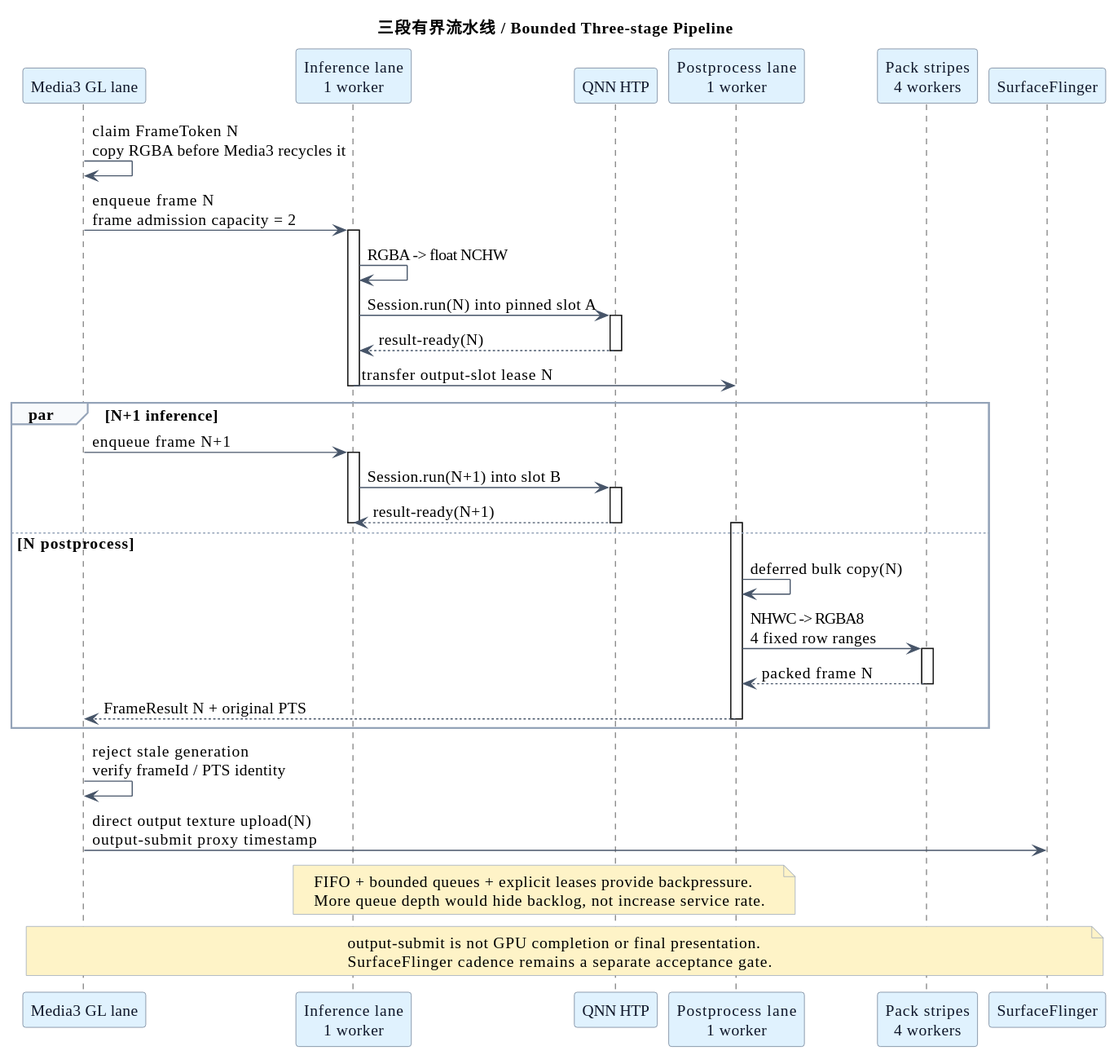
This is docs/diagrams/edge-pipeline-overlap.svg from znbsf/quicksr-mobile-player-lab, a PlantUML export, as it was before one commit.
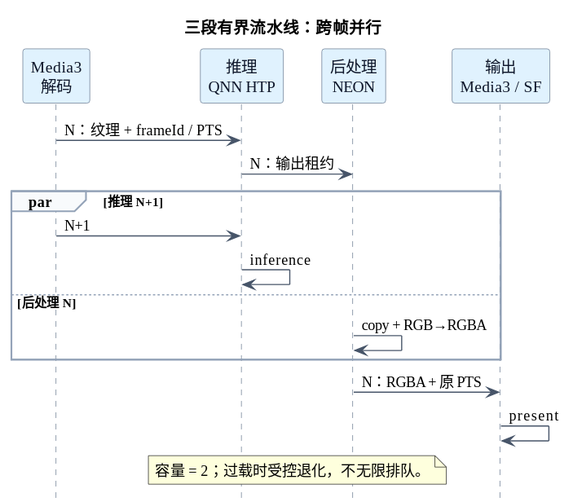
After the commit.

Diff of the diagram source:
```diff
@@ -1,68 +1,40 @@
 @startuml
-title 三段有界流水线 / Bounded Three-stage Pipeline
+title 三段有界流水线：跨帧并行
 
-skinparam backgroundColor #FFFFFF
+skinparam defaultFontName Noto Sans SC
+skinparam backgroundColor white
 skinparam shadowing false
-skinparam defaultFontName Noto Sans SC
-skinparam defaultFontSize 14
-skinparam ArrowColor #475569
-skinparam LifeLineBorderColor #64748B
-skinparam LifeLineBackgroundColor #F8FAFC
-skinparam ParticipantBorderColor #64748B
-skinparam ParticipantBackgroundColor #E0F2FE
-skinparam ParticipantFontColor #0F172A
-skinparam NoteBorderColor #94A3B8
-skinparam NoteBackgroundColor #FEF3C7
-skinparam SequenceGroupBorderColor #94A3B8
-skinparam SequenceGroupBackgroundColor #F8FAFC
+hide footbox
+skinparam sequence {
+  ArrowColor #475569
+  LifeLineBorderColor #64748B
+  LifeLineBackgroundColor #F8FAFC
+  ParticipantBorderColor #64748B
+  ParticipantBackgroundColor #E0F2FE
+  ParticipantFontColor #0F172A
+  GroupBorderColor #94A3B8
+  GroupBackgroundColor #F8FAFC
+}
 
-participant "Media3 GL lane" as GL
-participant "Inference lane\n1 worker" as Infer
-participant "QNN HTP" as Htp
-participant "Postprocess lane\n1 worker" as Post
-participant "Pack stripes\n4 workers" as Pack
-participant "SurfaceFlinger" as Surface
+participant "Media3\n解码" as MEDIA
+participant "推理\nQNN HTP" as INFER
+participant "后处理\nNEON" as POST
+participant "输出\nMedia3 / SF" as OUTPUT
 
-GL -> GL : claim FrameToken N\ncopy RGBA before Media3 recycles it
-GL -> Infer : enqueue frame N\nframe admission capacity = 2
-activate Infer
-Infer -> Infer : RGBA -> float NCHW
-Infer -> Htp : Session.run(N) into pinned slot A
-activate Htp
-Htp --> Infer : result-ready(N)
-deactivate Htp
-Infer -> Post : transfer output-slot lease N
-deactivate Infer
+MEDIA -> INFER : N：纹理 + frameId / PTS
+INFER -> POST : N：输出租约
 
-par N+1 inference
-  GL -> Infer : enqueue frame N+1
-  activate Infer
-  Infer -> Htp : Session.run(N+1) into slot B
-  activate Htp
-  Htp --> Infer : result-ready(N+1)
-  deactivate Htp
-  deactivate Infer
-else N postprocess
-  activate Post
-  Post -> Post : deferred bulk copy(N)
-  Post -> Pack : NHWC -> RGBA8\n4 fixed row ranges
-  activate Pack
-  Pack --> Post : packed frame N
-  deactivate Pack
-  Post --> GL : FrameResult N + original PTS
-  deactivate Post
+par 推理 N+1
+  MEDIA -> INFER : N+1
+  INFER -> INFER : inference
+else 后处理 N
+  POST -> POST : copy + RGB→RGBA
 end
 
-GL -> GL : reject stale generation\nverify frameId / PTS identity
-GL -> Surface : direct output texture upload(N)\noutput-submit proxy timestamp
+POST -> OUTPUT : N：RGBA + 原 PTS
+OUTPUT -> OUTPUT : present
 
-note over Infer,Post
-  FIFO + bounded queues + explicit leases provide backpressure.
-  More queue depth would hide backlog, not increase service rate.
-end note
-
-note over GL,Surface
-  output-submit is not GPU completion or final presentation.
-  SurfaceFlinger cadence remains a separate acceptance gate.
+note over INFER, POST
+  容量 = 2；过载时受控退化，不无限排队。
 end note
 @enduml
```
